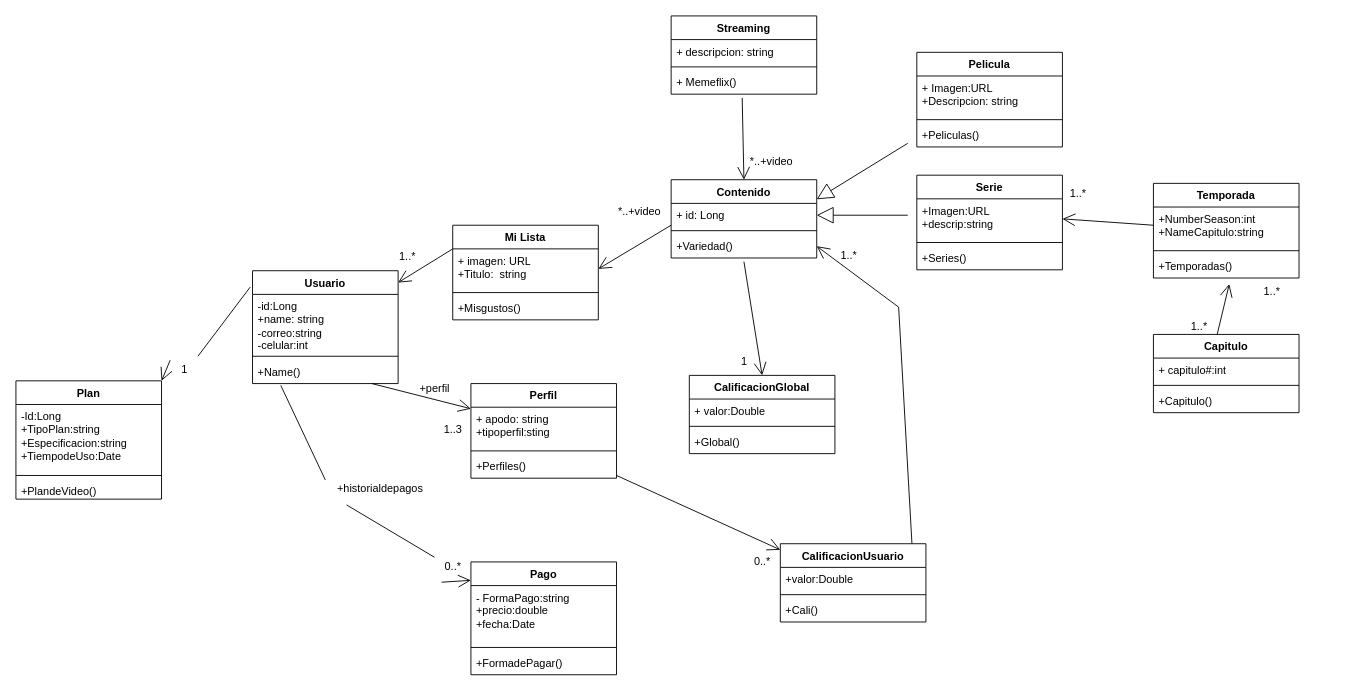
Above: Diagrama sin título.drawio in AIkerVSaul09/Alumno (draw.io), before the change. Source tidied: cells renumbered, new cells numbered last; positions are measured from the earlier drawing's top-left corner, leaving out a move shared by most shapes. Both pictures are drawn from the tidied source at 91%, with x=0, y=0 at pixel (15, 15).
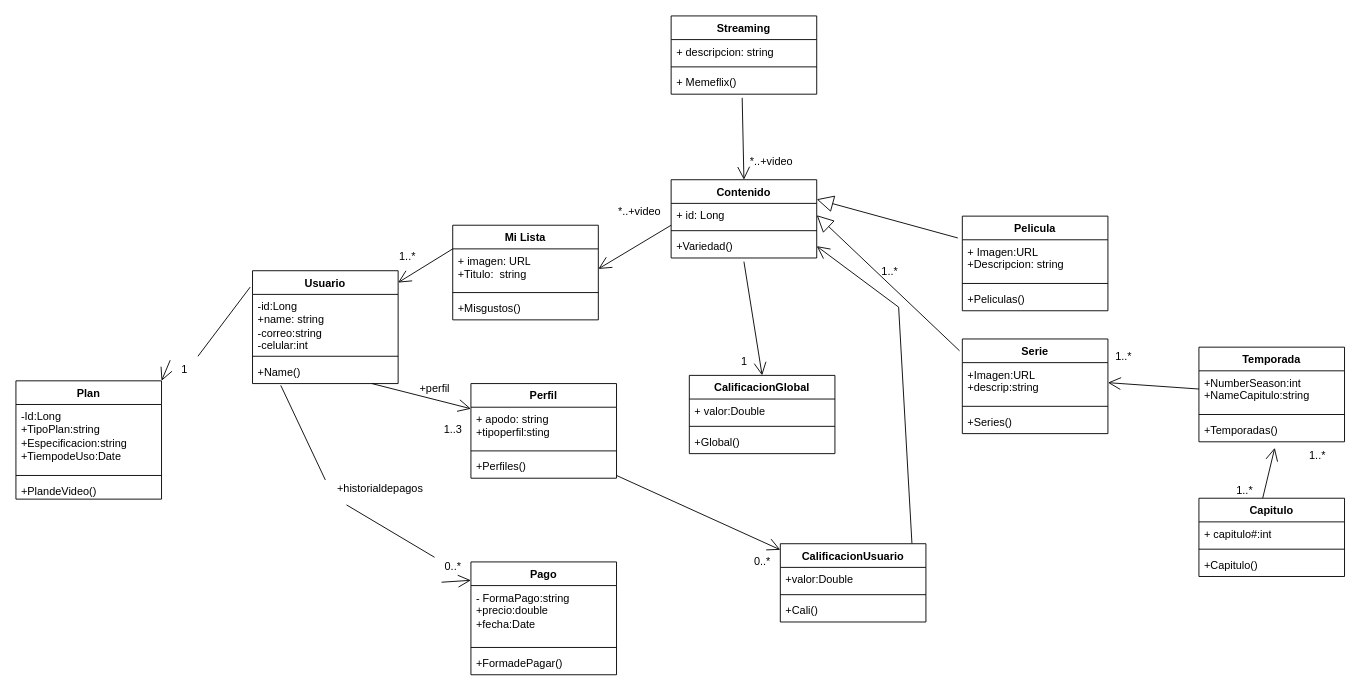
Above is the later version.

The change refers to these unchanged cells:
```xml
<mxCell id="2" value="Contenido" style="swimlane;fontStyle=1;align=center;verticalAlign=top;horizontal=1;startSize=26;whiteSpace=wrap;html=1;" parent="1" vertex="1">
  <mxGeometry x="720" y="180" width="160" height="86" as="geometry" />
</mxCell>
<mxCell id="3" value="+ id: Long" style="text;strokeColor=none;fillColor=none;align=left;verticalAlign=top;spacingLeft=4;spacingRight=4;overflow=hidden;points=[[0,0.5],[1,0.5]];portConstraint=eastwest;whiteSpace=wrap;html=1;" parent="2" vertex="1">
  <mxGeometry y="26" width="160" height="26" as="geometry" />
</mxCell>
<mxCell id="50" value="+ Imagen:URL&lt;br&gt;+Descripcion: string" style="text;strokeColor=none;fillColor=none;align=left;verticalAlign=top;spacingLeft=4;spacingRight=4;overflow=hidden;points=[[0,0.5],[1,0.5]];portConstraint=eastwest;whiteSpace=wrap;html=1;" parent="49" vertex="1">
  <mxGeometry y="26" width="160" height="44" as="geometry" />
</mxCell>
<mxCell id="55" value="+Imagen:URL&lt;br&gt;+descrip:string" style="text;strokeColor=none;fillColor=none;align=left;verticalAlign=top;spacingLeft=4;spacingRight=4;overflow=hidden;points=[[0,0.5],[1,0.5]];portConstraint=eastwest;whiteSpace=wrap;html=1;" parent="54" vertex="1">
  <mxGeometry y="26" width="160" height="44" as="geometry" />
</mxCell>
```

Change to the diagram source:
```diff
@@
-    <mxCell id="48" style="endArrow=block;endSize=16;endFill=0;html=1;rounded=0;entryX=1;entryY=0.25;entryDx=0;entryDy=0;" parent="1" edge="1" target="2">
-      <mxGeometry relative="1" as="geometry">
-        <mxPoint x="980" y="140" as="sourcePoint" />
-      </mxGeometry>
+    <mxCell id="48" style="endArrow=block;endSize=16;endFill=0;html=1;rounded=0;entryX=1;entryY=0.25;entryDx=0;entryDy=0;exitX=-0.031;exitY=-0.045;exitDx=0;exitDy=0;exitPerimeter=0;" parent="1" edge="1" source="50" target="2">
+      <mxGeometry relative="1" as="geometry" />
     </mxCell>
     <mxCell id="49" value="Pelicula" style="swimlane;fontStyle=1;align=center;verticalAlign=top;horizontal=1;startSize=26;whiteSpace=wrap;html=1;" parent="1" vertex="1">
-      <mxGeometry x="990" y="40" width="160" height="104" as="geometry" />
+      <mxGeometry x="1040" y="220" width="160" height="104" as="geometry" />
     </mxCell>
@@
-    <mxCell id="53" style="endArrow=block;endSize=16;endFill=0;html=1;rounded=0;entryX=1;entryY=0.5;entryDx=0;entryDy=0;" parent="1" edge="1" target="3">
-      <mxGeometry relative="1" as="geometry">
-        <mxPoint x="980" y="219" as="sourcePoint" />
-      </mxGeometry>
+    <mxCell id="53" style="endArrow=block;endSize=16;endFill=0;html=1;rounded=0;entryX=1;entryY=0.5;entryDx=0;entryDy=0;exitX=-0.019;exitY=0.125;exitDx=0;exitDy=0;exitPerimeter=0;" parent="1" edge="1" source="54" target="3">
+      <mxGeometry relative="1" as="geometry" />
     </mxCell>
     <mxCell id="54" value="Serie" style="swimlane;fontStyle=1;align=center;verticalAlign=top;horizontal=1;startSize=26;whiteSpace=wrap;html=1;" parent="1" vertex="1">
-      <mxGeometry x="990" y="175" width="160" height="104" as="geometry" />
+      <mxGeometry x="1040" y="355" width="160" height="104" as="geometry" />
     </mxCell>
@@
     <mxCell id="58" style="endArrow=open;endFill=1;endSize=12;html=1;rounded=0;entryX=1;entryY=0.5;entryDx=0;entryDy=0;" parent="1" edge="1" target="55">
       <mxGeometry relative="1" as="geometry">
-        <mxPoint x="1250" y="230" as="sourcePoint" />
+        <mxPoint x="1300" y="410" as="sourcePoint" />
       </mxGeometry>
     </mxCell>
     <mxCell id="59" value="Temporada" style="swimlane;fontStyle=1;align=center;verticalAlign=top;horizontal=1;startSize=26;whiteSpace=wrap;html=1;" parent="1" vertex="1">
-      <mxGeometry x="1250" y="184" width="160" height="104" as="geometry" />
+      <mxGeometry x="1300" y="364" width="160" height="104" as="geometry" />
     </mxCell>
@@
     <mxCell id="63" value="Capitulo" style="swimlane;fontStyle=1;align=center;verticalAlign=top;horizontal=1;startSize=26;whiteSpace=wrap;html=1;" parent="1" vertex="1">
-      <mxGeometry x="1250" y="350" width="160" height="86" as="geometry" />
+      <mxGeometry x="1300" y="530" width="160" height="86" as="geometry" />
     </mxCell>
@@
     <mxCell id="68" value="1..*" style="text;html=1;align=center;verticalAlign=middle;strokeColor=none;fillColor=none;" parent="1" vertex="1">
-      <mxGeometry x="1280" y="327" width="40" height="30" as="geometry" />
+      <mxGeometry x="1330" y="507" width="40" height="30" as="geometry" />
     </mxCell>
     <mxCell id="69" value="1..*" style="text;html=1;align=center;verticalAlign=middle;strokeColor=none;fillColor=none;" parent="1" vertex="1">
-      <mxGeometry x="1360" y="288" width="40" height="30" as="geometry" />
+      <mxGeometry x="1410" y="468" width="40" height="30" as="geometry" />
     </mxCell>
@@
     <mxCell id="81" value="1..*" style="text;html=1;align=center;verticalAlign=middle;strokeColor=none;fillColor=none;" parent="1" vertex="1">
-      <mxGeometry x="895" y="249" width="40" height="30" as="geometry" />
+      <mxGeometry x="940" y="266" width="40" height="30" as="geometry" />
     </mxCell>
@@
     <mxCell id="84" value="1..*" style="text;html=1;align=center;verticalAlign=middle;strokeColor=none;fillColor=none;" parent="1" vertex="1">
-      <mxGeometry x="1147" y="180" width="40" height="30" as="geometry" />
+      <mxGeometry x="1197" y="360" width="40" height="30" as="geometry" />
     </mxCell>
```
